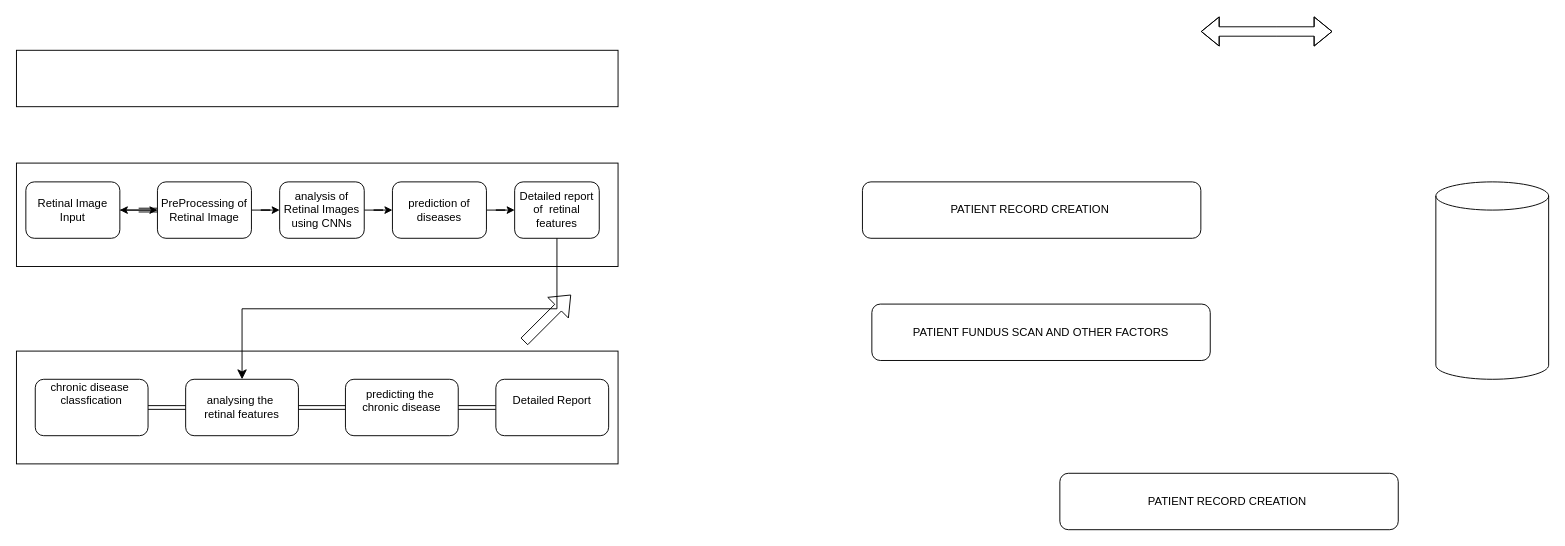
Earlier version of the draw.io diagram Untitled Diam.drawio (ankitmandal24/mini_prroject). Source tidied: cells renumbered, new cells numbered last; positions are measured from the earlier drawing's top-left corner, leaving out a move shared by most shapes. Both pictures are drawn from the tidied source at 94%, with x=0, y=0 at pixel (16, 31).
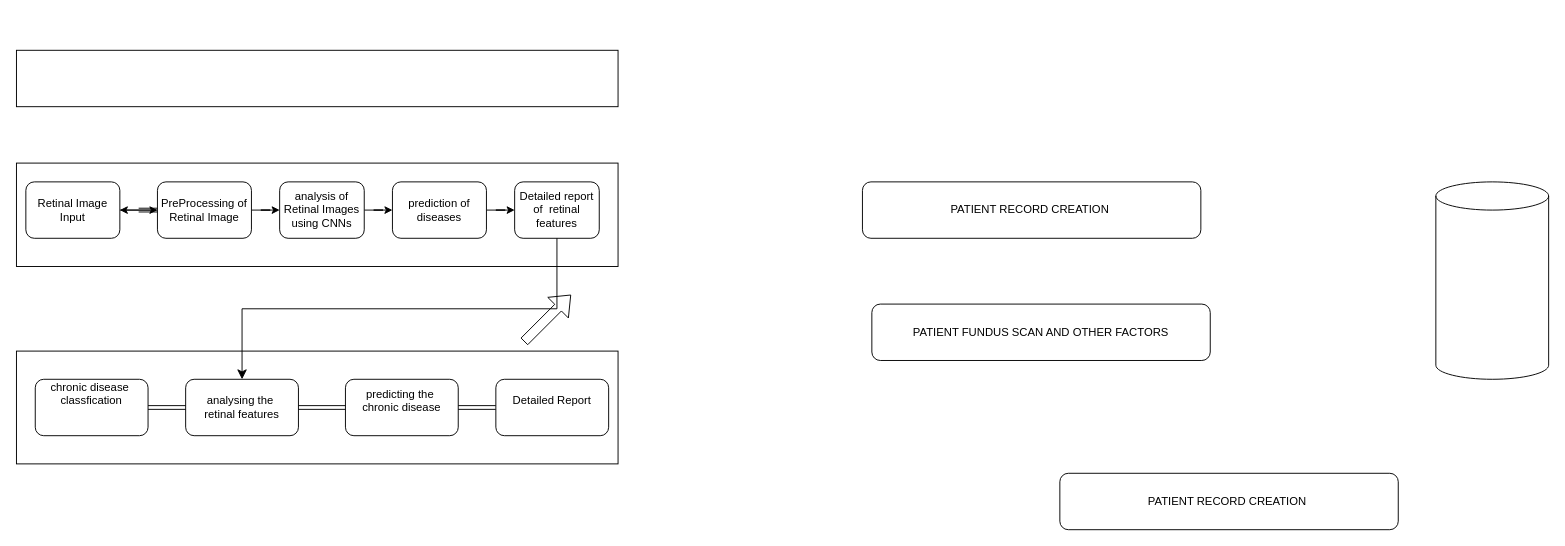
Above is the later version.

Change to the diagram source:
```diff
@@
-    <mxCell id="12" style="shape=flexArrow;endArrow=classic;startArrow=classic;html=1;rounded=0;" parent="1" edge="1">
-      <mxGeometry relative="1" as="geometry">
-        <mxPoint x="1260" as="sourcePoint" />
-        <mxPoint x="1400" as="targetPoint" />
-        <Array as="points">
-          <mxPoint x="1340" />
-        </Array>
-      </mxGeometry>
-    </mxCell>
```
